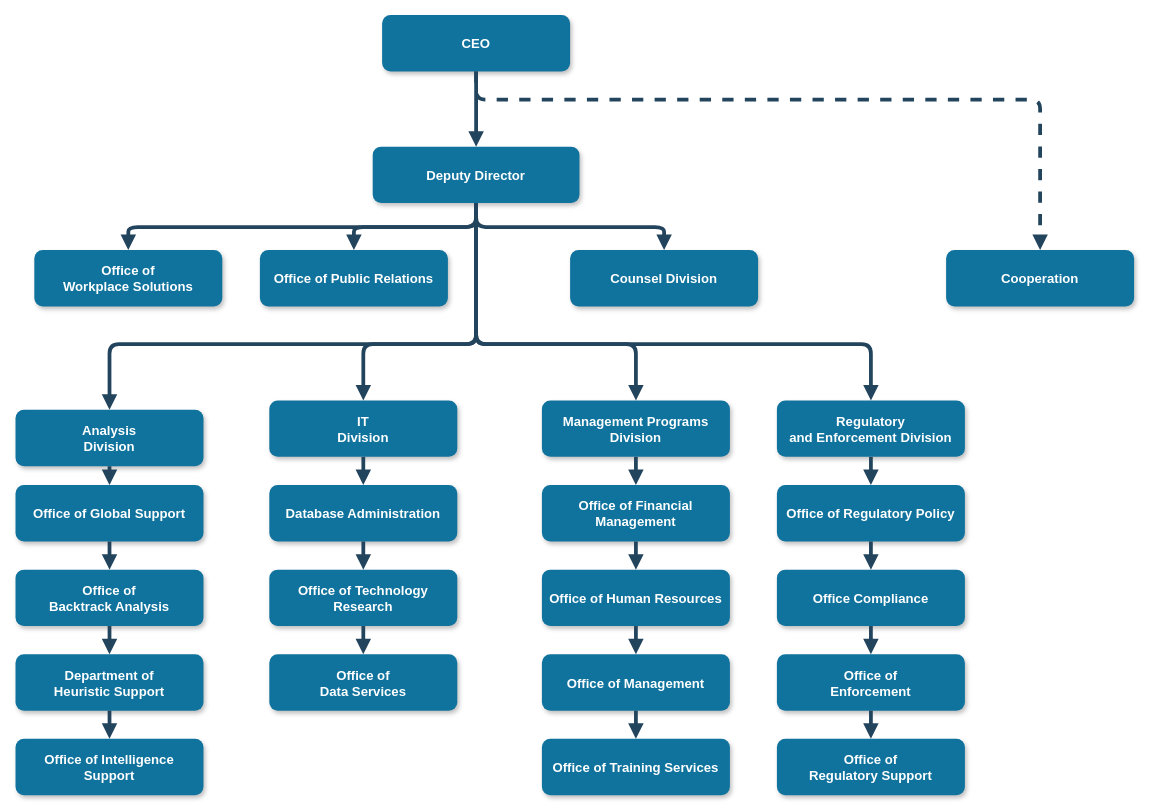
The draw.io diagram Untitled Diagram.drawio in jeesewu/Diagrams-Storage, before the edit. Source tidied: cells renumbered, new cells numbered last; positions are measured from the earlier drawing's top-left corner, leaving out a move shared by most shapes. Both pictures are drawn from the tidied source at 94%, with x=0, y=0 at pixel (15, 15).
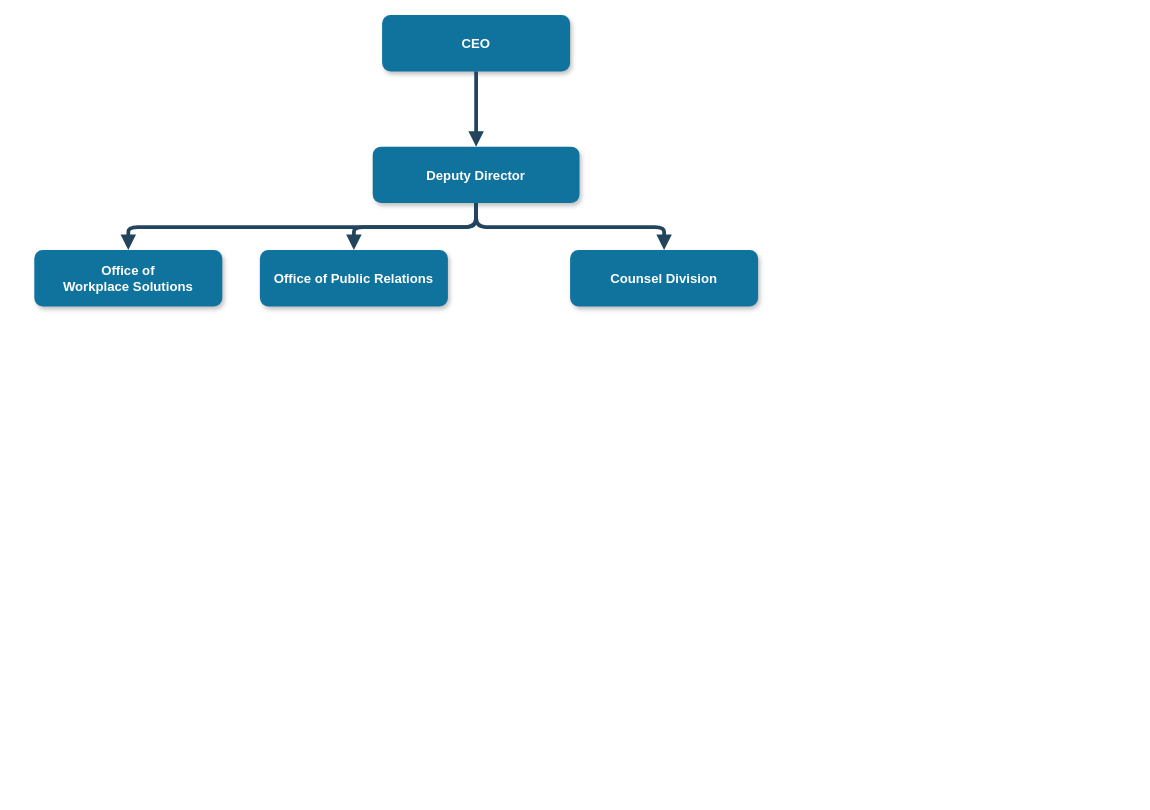
The same page after the edit.

The change refers to these unchanged cells:
```xml
<mxCell id="2" value="CEO" style="rounded=1;fillColor=#10739E;strokeColor=none;shadow=1;gradientColor=none;fontStyle=1;fontColor=#FFFFFF;fontSize=14;" parent="1" vertex="1">
  <mxGeometry x="390" y="-0.5" width="200" height="60" as="geometry" />
</mxCell>
<mxCell id="3" value="Deputy Director" style="rounded=1;fillColor=#10739E;strokeColor=none;shadow=1;gradientColor=none;fontStyle=1;fontColor=#FFFFFF;fontSize=14;" parent="1" vertex="1">
  <mxGeometry x="380" y="139.5" width="220" height="60" as="geometry" />
</mxCell>
```

Diff of the diagram source:
```diff
@@
-    <mxCell id="7" value="Cooperation" style="rounded=1;fillColor=#10739E;strokeColor=none;shadow=1;gradientColor=none;fontStyle=1;fontColor=#FFFFFF;fontSize=14;" parent="1" vertex="1">
-      <mxGeometry x="990" y="249.5" width="200" height="60" as="geometry" />
-    </mxCell>
-    <mxCell id="8" value="Analysis &#10;Division" style="rounded=1;fillColor=#10739E;strokeColor=none;shadow=1;gradientColor=none;fontStyle=1;fontColor=#FFFFFF;fontSize=14;" parent="1" vertex="1">
-      <mxGeometry y="419.5" width="200" height="60" as="geometry" />
-    </mxCell>
-    <mxCell id="9" value="Office of Global Support" style="rounded=1;fillColor=#10739E;strokeColor=none;shadow=1;gradientColor=none;fontStyle=1;fontColor=#FFFFFF;fontSize=14;" parent="1" vertex="1">
-      <mxGeometry y="499.5" width="200" height="60" as="geometry" />
-    </mxCell>
-    <mxCell id="10" value="Office of &#10;Backtrack Analysis" style="rounded=1;fillColor=#10739E;strokeColor=none;shadow=1;gradientColor=none;fontStyle=1;fontColor=#FFFFFF;fontSize=14;" parent="1" vertex="1">
-      <mxGeometry y="589.5" width="200" height="60" as="geometry" />
-    </mxCell>
-    <mxCell id="11" value="Department of &#10;Heuristic Support" style="rounded=1;fillColor=#10739E;strokeColor=none;shadow=1;gradientColor=none;fontStyle=1;fontColor=#FFFFFF;fontSize=14;" parent="1" vertex="1">
-      <mxGeometry y="679.5" width="200" height="60" as="geometry" />
-    </mxCell>
-    <mxCell id="12" value="Office of Intelligence &#10;Support" style="rounded=1;fillColor=#10739E;strokeColor=none;shadow=1;gradientColor=none;fontStyle=1;fontColor=#FFFFFF;fontSize=14;" parent="1" vertex="1">
-      <mxGeometry y="769.5" width="200" height="60" as="geometry" />
-    </mxCell>
-    <mxCell id="13" value="IT&#10;Division" style="rounded=1;fillColor=#10739E;strokeColor=none;shadow=1;gradientColor=none;fontStyle=1;fontColor=#FFFFFF;fontSize=14;" parent="1" vertex="1">
-      <mxGeometry x="270" y="409.5" width="200" height="60" as="geometry" />
-    </mxCell>
-    <mxCell id="14" value="Database Administration" style="rounded=1;fillColor=#10739E;strokeColor=none;shadow=1;gradientColor=none;fontStyle=1;fontColor=#FFFFFF;fontSize=14;" parent="1" vertex="1">
-      <mxGeometry x="270" y="499.5" width="200" height="60" as="geometry" />
-    </mxCell>
-    <mxCell id="15" value="Office of Technology &#10;Research" style="rounded=1;fillColor=#10739E;strokeColor=none;shadow=1;gradientColor=none;fontStyle=1;fontColor=#FFFFFF;fontSize=14;" parent="1" vertex="1">
-      <mxGeometry x="270" y="589.5" width="200" height="60" as="geometry" />
-    </mxCell>
-    <mxCell id="16" value="Office of&#10;Data Services" style="rounded=1;fillColor=#10739E;strokeColor=none;shadow=1;gradientColor=none;fontStyle=1;fontColor=#FFFFFF;fontSize=14;" parent="1" vertex="1">
-      <mxGeometry x="270" y="679.5" width="200" height="60" as="geometry" />
-    </mxCell>
-    <mxCell id="17" value="Management Programs &#10;Division" style="rounded=1;fillColor=#10739E;strokeColor=none;shadow=1;gradientColor=none;fontStyle=1;fontColor=#FFFFFF;fontSize=14;" parent="1" vertex="1">
-      <mxGeometry x="560" y="409.5" width="200" height="60" as="geometry" />
-    </mxCell>
-    <mxCell id="18" value="Office of Financial &#10;Management" style="rounded=1;fillColor=#10739E;strokeColor=none;shadow=1;gradientColor=none;fontStyle=1;fontColor=#FFFFFF;fontSize=14;" parent="1" vertex="1">
-      <mxGeometry x="560" y="499.5" width="200" height="60" as="geometry" />
-    </mxCell>
-    <mxCell id="19" value="Office of Human Resources" style="rounded=1;fillColor=#10739E;strokeColor=none;shadow=1;gradientColor=none;fontStyle=1;fontColor=#FFFFFF;fontSize=14;" parent="1" vertex="1">
-      <mxGeometry x="560" y="589.5" width="200" height="60" as="geometry" />
-    </mxCell>
-    <mxCell id="20" value="Office of Management " style="rounded=1;fillColor=#10739E;strokeColor=none;shadow=1;gradientColor=none;fontStyle=1;fontColor=#FFFFFF;fontSize=14;" parent="1" vertex="1">
-      <mxGeometry x="560" y="679.5" width="200" height="60" as="geometry" />
-    </mxCell>
-    <mxCell id="21" value="Office of Training Services" style="rounded=1;fillColor=#10739E;strokeColor=none;shadow=1;gradientColor=none;fontStyle=1;fontColor=#FFFFFF;fontSize=14;" parent="1" vertex="1">
-      <mxGeometry x="560" y="769.5" width="200" height="60" as="geometry" />
-    </mxCell>
-    <mxCell id="22" value="Regulatory &#10;and Enforcement Division" style="rounded=1;fillColor=#10739E;strokeColor=none;shadow=1;gradientColor=none;fontStyle=1;fontColor=#FFFFFF;fontSize=14;" parent="1" vertex="1">
-      <mxGeometry x="810" y="409.5" width="200" height="60" as="geometry" />
-    </mxCell>
-    <mxCell id="23" value="Office of Regulatory Policy" style="rounded=1;fillColor=#10739E;strokeColor=none;shadow=1;gradientColor=none;fontStyle=1;fontColor=#FFFFFF;fontSize=14;" parent="1" vertex="1">
-      <mxGeometry x="810" y="499.5" width="200" height="60" as="geometry" />
-    </mxCell>
-    <mxCell id="24" value="Office Compliance" style="rounded=1;fillColor=#10739E;strokeColor=none;shadow=1;gradientColor=none;fontStyle=1;fontColor=#FFFFFF;fontSize=14;" parent="1" vertex="1">
-      <mxGeometry x="810" y="589.5" width="200" height="60" as="geometry" />
-    </mxCell>
-    <mxCell id="25" value="Office of &#10;Enforcement" style="rounded=1;fillColor=#10739E;strokeColor=none;shadow=1;gradientColor=none;fontStyle=1;fontColor=#FFFFFF;fontSize=14;" parent="1" vertex="1">
-      <mxGeometry x="810" y="679.5" width="200" height="60" as="geometry" />
-    </mxCell>
-    <mxCell id="26" value="Office of&#10; Regulatory Support" style="rounded=1;fillColor=#10739E;strokeColor=none;shadow=1;gradientColor=none;fontStyle=1;fontColor=#FFFFFF;fontSize=14;" parent="1" vertex="1">
-      <mxGeometry x="810" y="769.5" width="200" height="60" as="geometry" />
-    </mxCell>
@@
-    <mxCell id="31" style="edgeStyle=elbowEdgeStyle;elbow=vertical;strokeWidth=4;endArrow=block;endFill=1;fontStyle=1;dashed=1;strokeColor=#23445D;" parent="1" edge="1" source="2" target="7">
-      <mxGeometry x="22" y="165.5" as="geometry">
-        <Array as="points">
-          <mxPoint x="780" y="89.5" />
-        </Array>
-      </mxGeometry>
-    </mxCell>
-    <mxCell id="32" style="edgeStyle=elbowEdgeStyle;elbow=vertical;strokeWidth=4;endArrow=block;endFill=1;fontStyle=1;strokeColor=#23445D;" parent="1" edge="1" source="3" target="8">
-      <mxGeometry x="22" y="165.5" as="geometry">
-        <Array as="points">
-          <mxPoint x="270" y="349.5" />
-        </Array>
-      </mxGeometry>
-    </mxCell>
-    <mxCell id="33" style="edgeStyle=elbowEdgeStyle;elbow=vertical;strokeWidth=4;endArrow=block;endFill=1;fontStyle=1;strokeColor=#23445D;" parent="1" edge="1" source="3" target="22">
-      <mxGeometry x="22" y="165.5" as="geometry">
-        <Array as="points">
-          <mxPoint x="690" y="349.5" />
-        </Array>
-      </mxGeometry>
-    </mxCell>
-    <mxCell id="34" style="edgeStyle=elbowEdgeStyle;elbow=vertical;strokeWidth=4;endArrow=block;endFill=1;fontStyle=1;strokeColor=#23445D;" parent="1" edge="1" source="8" target="9">
-      <mxGeometry x="62" y="165.5" as="geometry" />
-    </mxCell>
-    <mxCell id="35" style="edgeStyle=elbowEdgeStyle;elbow=vertical;strokeWidth=4;endArrow=block;endFill=1;fontStyle=1;strokeColor=#23445D;" parent="1" edge="1" source="9" target="10">
-      <mxGeometry x="62" y="175.5" as="geometry" />
-    </mxCell>
-    <mxCell id="36" style="edgeStyle=elbowEdgeStyle;elbow=vertical;strokeWidth=4;endArrow=block;endFill=1;fontStyle=1;strokeColor=#23445D;" parent="1" edge="1" source="10" target="11">
-      <mxGeometry x="62" y="185.5" as="geometry" />
-    </mxCell>
-    <mxCell id="37" style="edgeStyle=elbowEdgeStyle;elbow=vertical;strokeWidth=4;endArrow=block;endFill=1;fontStyle=1;strokeColor=#23445D;" parent="1" edge="1" source="11" target="12">
-      <mxGeometry x="62" y="195.5" as="geometry" />
-    </mxCell>
-    <mxCell id="38" style="edgeStyle=elbowEdgeStyle;elbow=vertical;strokeWidth=4;endArrow=block;endFill=1;fontStyle=1;strokeColor=#23445D;" parent="1" edge="1" source="13" target="14">
-      <mxGeometry x="62" y="165.5" as="geometry" />
-    </mxCell>
-    <mxCell id="39" style="edgeStyle=elbowEdgeStyle;elbow=vertical;strokeWidth=4;endArrow=block;endFill=1;fontStyle=1;strokeColor=#23445D;" parent="1" edge="1" source="14" target="15">
-      <mxGeometry x="62" y="175.5" as="geometry" />
-    </mxCell>
-    <mxCell id="40" style="edgeStyle=elbowEdgeStyle;elbow=vertical;strokeWidth=4;endArrow=block;endFill=1;fontStyle=1;strokeColor=#23445D;" parent="1" edge="1" source="15" target="16">
-      <mxGeometry x="62" y="185.5" as="geometry" />
-    </mxCell>
-    <mxCell id="41" style="edgeStyle=elbowEdgeStyle;elbow=vertical;strokeWidth=4;endArrow=block;endFill=1;fontStyle=1;strokeColor=#23445D;" parent="1" edge="1" source="17" target="18">
-      <mxGeometry x="72" y="165.5" as="geometry" />
-    </mxCell>
-    <mxCell id="42" style="edgeStyle=elbowEdgeStyle;elbow=vertical;strokeWidth=4;endArrow=block;endFill=1;fontStyle=1;strokeColor=#23445D;" parent="1" edge="1" source="18" target="19">
-      <mxGeometry x="72" y="175.5" as="geometry" />
-    </mxCell>
-    <mxCell id="43" style="edgeStyle=elbowEdgeStyle;elbow=vertical;strokeWidth=4;endArrow=block;endFill=1;fontStyle=1;strokeColor=#23445D;" parent="1" edge="1" source="19" target="20">
-      <mxGeometry x="72" y="185.5" as="geometry" />
-    </mxCell>
-    <mxCell id="44" style="edgeStyle=elbowEdgeStyle;elbow=vertical;strokeWidth=4;endArrow=block;endFill=1;fontStyle=1;strokeColor=#23445D;" parent="1" edge="1" source="20" target="21">
-      <mxGeometry x="72" y="195.5" as="geometry" />
-    </mxCell>
-    <mxCell id="45" style="edgeStyle=elbowEdgeStyle;elbow=vertical;strokeWidth=4;endArrow=block;endFill=1;fontStyle=1;strokeColor=#23445D;" parent="1" edge="1" source="22" target="23">
-      <mxGeometry x="72" y="165.5" as="geometry" />
-    </mxCell>
-    <mxCell id="46" style="edgeStyle=elbowEdgeStyle;elbow=vertical;strokeWidth=4;endArrow=block;endFill=1;fontStyle=1;strokeColor=#23445D;" parent="1" edge="1" source="23" target="24">
-      <mxGeometry x="72" y="175.5" as="geometry" />
-    </mxCell>
-    <mxCell id="47" style="edgeStyle=elbowEdgeStyle;elbow=vertical;strokeWidth=4;endArrow=block;endFill=1;fontStyle=1;strokeColor=#23445D;" parent="1" edge="1" source="24" target="25">
-      <mxGeometry x="72" y="185.5" as="geometry" />
-    </mxCell>
-    <mxCell id="48" style="edgeStyle=elbowEdgeStyle;elbow=vertical;strokeWidth=4;endArrow=block;endFill=1;fontStyle=1;strokeColor=#23445D;" parent="1" edge="1" source="25" target="26">
-      <mxGeometry x="72" y="195.5" as="geometry" />
-    </mxCell>
-    <mxCell id="49" style="edgeStyle=elbowEdgeStyle;elbow=vertical;strokeWidth=4;endArrow=block;endFill=1;fontStyle=1;strokeColor=#23445D;" parent="1" edge="1" source="3" target="13">
-      <mxGeometry x="22" y="165.5" as="geometry">
-        <Array as="points">
-          <mxPoint x="370" y="349.5" />
-        </Array>
-      </mxGeometry>
-    </mxCell>
-    <mxCell id="50" style="edgeStyle=elbowEdgeStyle;elbow=vertical;strokeWidth=4;endArrow=block;endFill=1;fontStyle=1;strokeColor=#23445D;" parent="1" edge="1" source="3" target="17">
-      <mxGeometry x="22" y="165.5" as="geometry">
-        <Array as="points">
-          <mxPoint x="660" y="349.5" />
-        </Array>
-      </mxGeometry>
-    </mxCell>
```
